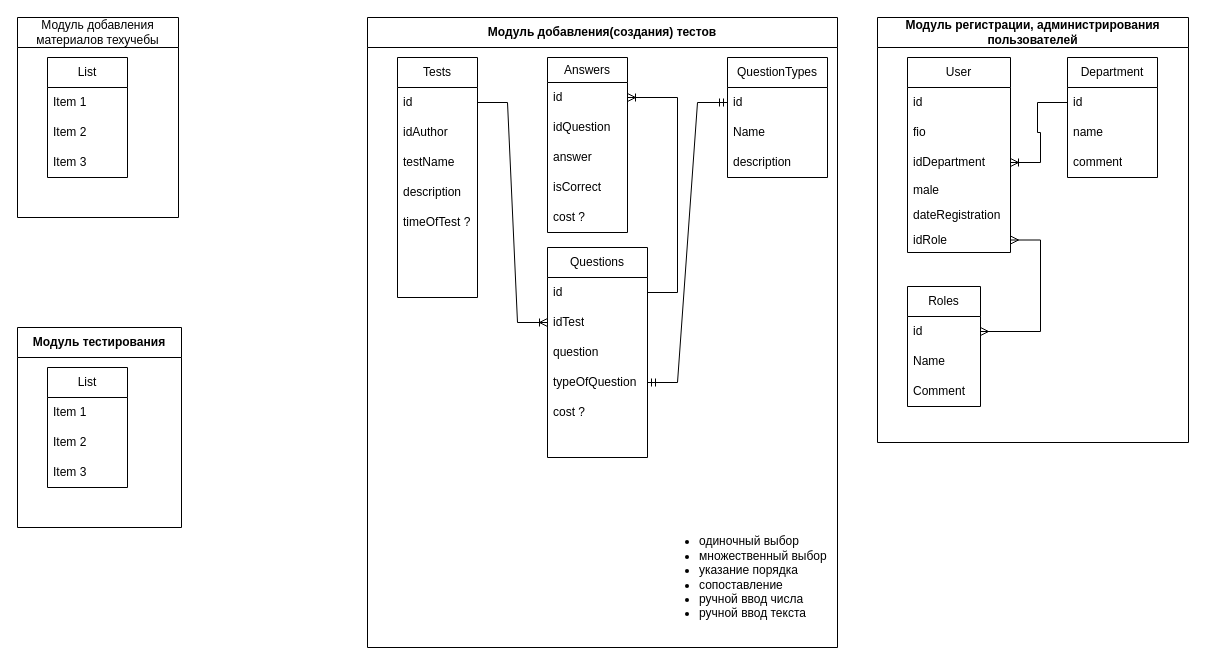
Before: техучеба.drawio in djbobah/testing, a draw.io diagram. Source tidied: cells renumbered, new cells numbered last; positions are measured from the earlier drawing's top-left corner, leaving out a move shared by most shapes. Both pictures are drawn from the tidied source at 100%, with x=0, y=0 at pixel (17, 17).
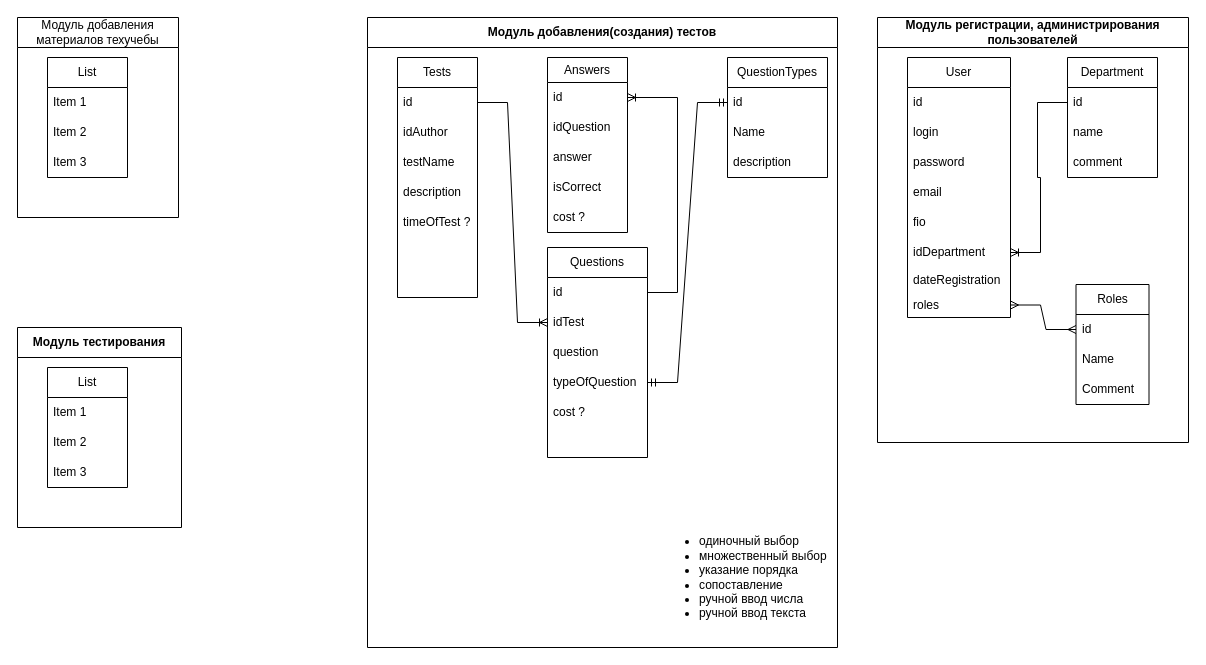
After the change.

Commit message (it also covers changes not shown here):
add roles model

Unchanged cells that the change refers to:
```xml
<mxCell id="42" value="Модуль регистрации, администрирования пользователей" style="swimlane;whiteSpace=wrap;html=1;startSize=30;" parent="1" vertex="1">
  <mxGeometry x="860" width="311" height="425" as="geometry" />
</mxCell>
```

The edit, as a diff of the source:
```diff
@@
     <mxCell id="43" value="User" style="swimlane;fontStyle=0;horizontal=1;startSize=30;whiteSpace=wrap;html=1;" parent="42" vertex="1">
-      <mxGeometry x="30" y="40" width="103" height="195" as="geometry" />
+      <mxGeometry x="30" y="40" width="103" height="260" as="geometry" />
     </mxCell>
@@
+    <mxCell id="60" value="login" style="text;strokeColor=none;fillColor=none;align=left;verticalAlign=middle;spacingLeft=4;spacingRight=4;overflow=hidden;whiteSpace=wrap;html=1;" parent="43" vertex="1">
+      <mxGeometry y="60" width="103" height="30" as="geometry" />
+    </mxCell>
+    <mxCell id="61" value="password" style="text;strokeColor=none;fillColor=none;align=left;verticalAlign=middle;spacingLeft=4;spacingRight=4;overflow=hidden;whiteSpace=wrap;html=1;" parent="43" vertex="1">
+      <mxGeometry y="90" width="103" height="30" as="geometry" />
+    </mxCell>
+    <mxCell id="62" value="email" style="text;strokeColor=none;fillColor=none;align=left;verticalAlign=middle;spacingLeft=4;spacingRight=4;overflow=hidden;whiteSpace=wrap;html=1;" parent="43" vertex="1">
+      <mxGeometry y="120" width="103" height="30" as="geometry" />
+    </mxCell>
     <mxCell id="45" value="fio" style="text;strokeColor=none;fillColor=none;align=left;verticalAlign=middle;spacingLeft=4;spacingRight=4;overflow=hidden;whiteSpace=wrap;html=1;" parent="43" vertex="1">
-      <mxGeometry y="60" width="103" height="30" as="geometry" />
+      <mxGeometry y="150" width="103" height="30" as="geometry" />
     </mxCell>
     <mxCell id="46" value="idDepartment" style="text;strokeColor=none;fillColor=none;align=left;verticalAlign=middle;spacingLeft=4;spacingRight=4;overflow=hidden;points=[[0,0.5],[1,0.5]];portConstraint=eastwest;whiteSpace=wrap;html=1;" parent="43" vertex="1">
-      <mxGeometry y="90" width="103" height="30" as="geometry" />
+      <mxGeometry y="180" width="103" height="30" as="geometry" />
     </mxCell>
-    <mxCell id="47" value="male" style="text;strokeColor=none;fillColor=none;align=left;verticalAlign=middle;spacingLeft=4;spacingRight=4;overflow=hidden;whiteSpace=wrap;html=1;" parent="43" vertex="1">
-      <mxGeometry y="120" width="103" height="25" as="geometry" />
-    </mxCell>
     <mxCell id="48" value="dateRegistration" style="text;strokeColor=none;fillColor=none;align=left;verticalAlign=middle;spacingLeft=4;spacingRight=4;overflow=hidden;whiteSpace=wrap;html=1;" parent="43" vertex="1">
-      <mxGeometry y="145" width="103" height="25" as="geometry" />
+      <mxGeometry y="210" width="103" height="25" as="geometry" />
     </mxCell>
-    <mxCell id="49" value="idRole" style="text;strokeColor=none;fillColor=none;align=left;verticalAlign=middle;spacingLeft=4;spacingRight=4;overflow=hidden;points=[[0,0.5],[1,0.5]];portConstraint=eastwest;whiteSpace=wrap;html=1;" parent="43" vertex="1">
-      <mxGeometry y="170" width="103" height="25" as="geometry" />
+    <mxCell id="49" value="roles" style="text;strokeColor=none;fillColor=none;align=left;verticalAlign=middle;spacingLeft=4;spacingRight=4;overflow=hidden;points=[[0,0.5],[1,0.5]];portConstraint=eastwest;whiteSpace=wrap;html=1;" parent="43" vertex="1">
+      <mxGeometry y="235" width="103" height="25" as="geometry" />
     </mxCell>
@@
     <mxCell id="56" value="Roles" style="swimlane;fontStyle=0;horizontal=1;startSize=30;whiteSpace=wrap;html=1;" parent="42" vertex="1">
-      <mxGeometry x="30" y="269" width="73" height="120" as="geometry" />
+      <mxGeometry x="198.5" y="267" width="73" height="120" as="geometry" />
     </mxCell>
```
